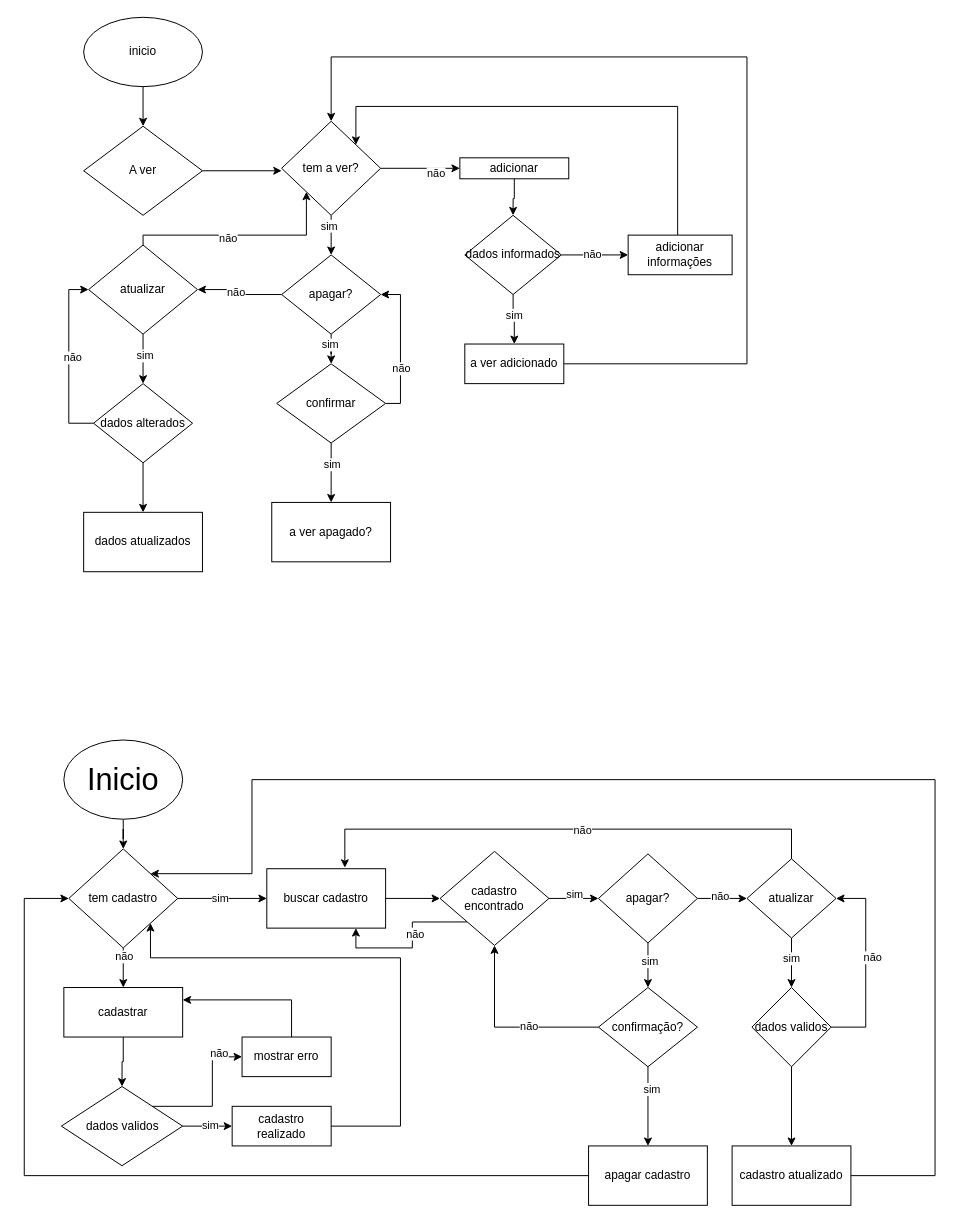
Before: Doc/fluxograma.daawio.drawio in kimyenseo/Equipe5, a draw.io diagram. Source tidied: cells renumbered, new cells numbered last; positions are measured from the earlier drawing's top-left corner, leaving out a move shared by most shapes. Both pictures are drawn from the tidied source at 99%, with x=0, y=0 at pixel (24, 17).
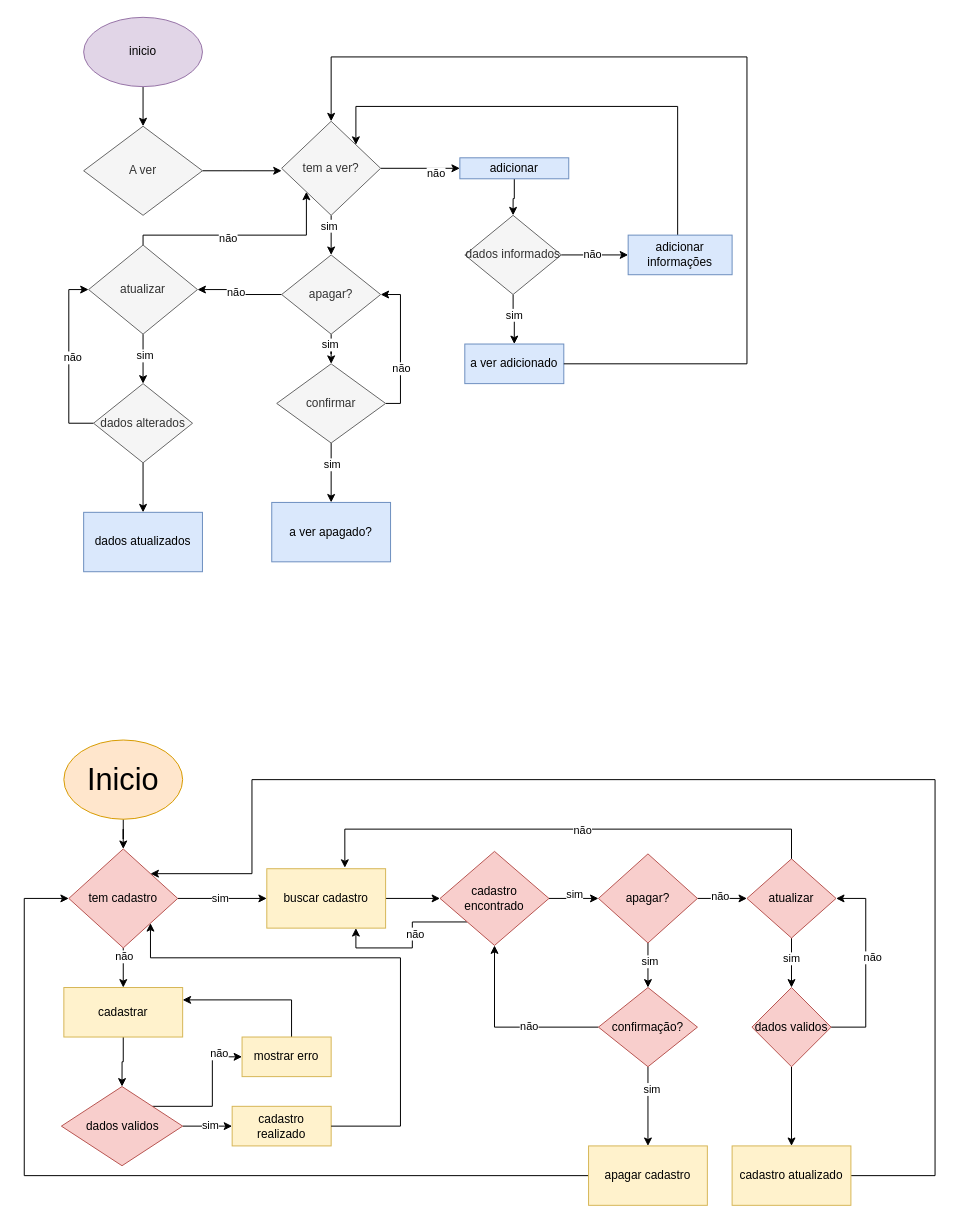
After the change.

Change to the diagram source:
```diff
@@
-    <mxCell id="3" value="inicio" style="ellipse;whiteSpace=wrap;html=1;" parent="1" vertex="1">
+    <mxCell id="3" value="inicio" style="ellipse;whiteSpace=wrap;html=1;fillColor=#e1d5e7;strokeColor=#9673a6;" parent="1" vertex="1">
       <mxGeometry x="60" width="120" height="70" as="geometry" />
     </mxCell>
@@
-    <mxCell id="5" value="A ver" style="rhombus;whiteSpace=wrap;html=1;" parent="1" vertex="1">
+    <mxCell id="5" value="A ver" style="rhombus;whiteSpace=wrap;html=1;fillColor=#f5f5f5;fontColor=#333333;strokeColor=#666666;" parent="1" vertex="1">
       <mxGeometry x="60" y="110" width="120" height="90" as="geometry" />
     </mxCell>
@@
-    <mxCell id="10" value="tem a ver?" style="rhombus;whiteSpace=wrap;html=1;" parent="1" vertex="1">
+    <mxCell id="10" value="tem a ver?" style="rhombus;whiteSpace=wrap;html=1;fillColor=#f5f5f5;fontColor=#333333;strokeColor=#666666;" parent="1" vertex="1">
       <mxGeometry x="260" y="105" width="100" height="95" as="geometry" />
     </mxCell>
@@
-    <mxCell id="12" value="adicionar" style="rounded=0;whiteSpace=wrap;html=1;" parent="1" vertex="1">
+    <mxCell id="12" value="adicionar" style="rounded=0;whiteSpace=wrap;html=1;fillColor=#dae8fc;strokeColor=#6c8ebf;" parent="1" vertex="1">
       <mxGeometry x="440" y="141.9" width="110" height="21.2" as="geometry" />
     </mxCell>
@@
-    <mxCell id="17" value="atualizar" style="rhombus;whiteSpace=wrap;html=1;" parent="1" vertex="1">
+    <mxCell id="17" value="atualizar" style="rhombus;whiteSpace=wrap;html=1;fillColor=#f5f5f5;fontColor=#333333;strokeColor=#666666;" parent="1" vertex="1">
       <mxGeometry x="65" y="230" width="110" height="90" as="geometry" />
     </mxCell>
-    <mxCell id="18" value="dados atualizados" style="rounded=0;whiteSpace=wrap;html=1;" parent="1" vertex="1">
+    <mxCell id="18" value="dados atualizados" style="rounded=0;whiteSpace=wrap;html=1;fillColor=#dae8fc;strokeColor=#6c8ebf;" parent="1" vertex="1">
       <mxGeometry x="60" y="500" width="120" height="60" as="geometry" />
     </mxCell>
@@
-    <mxCell id="23" value="apagar?" style="rhombus;whiteSpace=wrap;html=1;" parent="1" vertex="1">
+    <mxCell id="23" value="apagar?" style="rhombus;whiteSpace=wrap;html=1;fillColor=#f5f5f5;fontColor=#333333;strokeColor=#666666;" parent="1" vertex="1">
       <mxGeometry x="260" y="240" width="100" height="80" as="geometry" />
     </mxCell>
@@
-    <mxCell id="28" value="confirmar" style="rhombus;whiteSpace=wrap;html=1;" parent="1" vertex="1">
+    <mxCell id="28" value="confirmar" style="rhombus;whiteSpace=wrap;html=1;fillColor=#f5f5f5;fontColor=#333333;strokeColor=#666666;" parent="1" vertex="1">
       <mxGeometry x="255" y="350" width="110" height="80" as="geometry" />
     </mxCell>
@@
-    <mxCell id="32" value="dados alterados" style="rhombus;whiteSpace=wrap;html=1;" parent="1" vertex="1">
+    <mxCell id="32" value="dados alterados" style="rhombus;whiteSpace=wrap;html=1;fillColor=#f5f5f5;fontColor=#333333;strokeColor=#666666;" parent="1" vertex="1">
       <mxGeometry x="70" y="370" width="100" height="80" as="geometry" />
     </mxCell>
-    <mxCell id="33" value="a ver apagado?" style="rounded=0;whiteSpace=wrap;html=1;" parent="1" vertex="1">
+    <mxCell id="33" value="a ver apagado?" style="rounded=0;whiteSpace=wrap;html=1;fillColor=#dae8fc;strokeColor=#6c8ebf;" parent="1" vertex="1">
       <mxGeometry x="250" y="490" width="120" height="60" as="geometry" />
     </mxCell>
@@
-    <mxCell id="38" value="dados informados" style="rhombus;whiteSpace=wrap;html=1;" parent="1" vertex="1">
+    <mxCell id="38" value="dados informados" style="rhombus;whiteSpace=wrap;html=1;fillColor=#f5f5f5;fontColor=#333333;strokeColor=#666666;" parent="1" vertex="1">
       <mxGeometry x="445" y="200" width="97.5" height="80" as="geometry" />
     </mxCell>
-    <mxCell id="39" value="a ver adicionado" style="rounded=0;whiteSpace=wrap;html=1;" parent="1" vertex="1">
+    <mxCell id="39" value="a ver adicionado" style="rounded=0;whiteSpace=wrap;html=1;fillColor=#dae8fc;strokeColor=#6c8ebf;" parent="1" vertex="1">
       <mxGeometry x="445" y="330" width="100" height="40" as="geometry" />
     </mxCell>
@@
-    <mxCell id="41" value="adicionar&lt;div&gt;informações&lt;/div&gt;" style="rounded=0;whiteSpace=wrap;html=1;" parent="1" vertex="1">
+    <mxCell id="41" value="adicionar&lt;div&gt;informações&lt;/div&gt;" style="rounded=0;whiteSpace=wrap;html=1;fillColor=#dae8fc;strokeColor=#6c8ebf;" parent="1" vertex="1">
       <mxGeometry x="610" y="220" width="105" height="40" as="geometry" />
     </mxCell>
@@
-    <mxCell id="44" value="&lt;font style=&quot;font-size: 31px;&quot;&gt;Inicio&lt;/font&gt;" style="ellipse;whiteSpace=wrap;html=1;strokeWidth=1;" parent="1" vertex="1">
+    <mxCell id="44" value="&lt;font style=&quot;font-size: 31px;&quot;&gt;Inicio&lt;/font&gt;" style="ellipse;whiteSpace=wrap;html=1;strokeWidth=1;fillColor=#ffe6cc;strokeColor=#d79b00;" parent="1" vertex="1">
       <mxGeometry x="40" y="730" width="120" height="80" as="geometry" />
     </mxCell>
@@
-    <mxCell id="49" value="tem cadastro" style="rhombus;whiteSpace=wrap;html=1;" parent="1" vertex="1">
+    <mxCell id="49" value="tem cadastro" style="rhombus;whiteSpace=wrap;html=1;fillColor=#f8cecc;strokeColor=#b85450;" parent="1" vertex="1">
       <mxGeometry x="45" y="840" width="110" height="100" as="geometry" />
     </mxCell>
@@
-    <mxCell id="51" value="buscar cadastro" style="rounded=0;whiteSpace=wrap;html=1;" parent="1" vertex="1">
+    <mxCell id="51" value="buscar cadastro" style="rounded=0;whiteSpace=wrap;html=1;fillColor=#fff2cc;strokeColor=#d6b656;" parent="1" vertex="1">
       <mxGeometry x="245" y="860" width="120" height="60" as="geometry" />
     </mxCell>
@@
-    <mxCell id="56" value="cadastro&lt;div&gt;encontrado&lt;/div&gt;" style="rhombus;whiteSpace=wrap;html=1;" parent="1" vertex="1">
+    <mxCell id="56" value="cadastro&lt;div&gt;encontrado&lt;/div&gt;" style="rhombus;whiteSpace=wrap;html=1;fillColor=#f8cecc;strokeColor=#b85450;" parent="1" vertex="1">
       <mxGeometry x="420" y="842.5" width="110" height="95" as="geometry" />
     </mxCell>
@@
-    <mxCell id="61" value="apagar?" style="rhombus;whiteSpace=wrap;html=1;" parent="1" vertex="1">
+    <mxCell id="61" value="apagar?" style="rhombus;whiteSpace=wrap;html=1;fillColor=#f8cecc;strokeColor=#b85450;" parent="1" vertex="1">
       <mxGeometry x="580" y="845" width="100" height="90" as="geometry" />
     </mxCell>
@@
-    <mxCell id="66" value="confirmação?" style="rhombus;whiteSpace=wrap;html=1;" parent="1" vertex="1">
+    <mxCell id="66" value="confirmação?" style="rhombus;whiteSpace=wrap;html=1;fillColor=#f8cecc;strokeColor=#b85450;" parent="1" vertex="1">
       <mxGeometry x="580" y="980" width="100" height="80" as="geometry" />
     </mxCell>
@@
-    <mxCell id="68" value="apagar cadastro" style="rounded=0;whiteSpace=wrap;html=1;" parent="1" vertex="1">
+    <mxCell id="68" value="apagar cadastro" style="rounded=0;whiteSpace=wrap;html=1;fillColor=#fff2cc;strokeColor=#d6b656;" parent="1" vertex="1">
       <mxGeometry x="570" y="1140" width="120" height="60" as="geometry" />
     </mxCell>
@@
-    <mxCell id="71" value="atualizar" style="rhombus;whiteSpace=wrap;html=1;" parent="1" vertex="1">
+    <mxCell id="71" value="atualizar" style="rhombus;whiteSpace=wrap;html=1;fillColor=#f8cecc;strokeColor=#b85450;" parent="1" vertex="1">
       <mxGeometry x="730" y="850" width="90" height="80" as="geometry" />
     </mxCell>
@@
-    <mxCell id="75" value="dados validos" style="rhombus;whiteSpace=wrap;html=1;" parent="1" vertex="1">
+    <mxCell id="75" value="dados validos" style="rhombus;whiteSpace=wrap;html=1;fillColor=#f8cecc;strokeColor=#b85450;" parent="1" vertex="1">
       <mxGeometry x="735" y="980" width="80" height="80" as="geometry" />
     </mxCell>
@@
-    <mxCell id="77" value="cadastro atualizado" style="rounded=0;whiteSpace=wrap;html=1;" parent="1" vertex="1">
+    <mxCell id="77" value="cadastro atualizado" style="rounded=0;whiteSpace=wrap;html=1;fillColor=#fff2cc;strokeColor=#d6b656;" parent="1" vertex="1">
       <mxGeometry x="715" y="1140" width="120" height="60" as="geometry" />
     </mxCell>
@@
-    <mxCell id="79" value="cadastrar" style="rounded=0;whiteSpace=wrap;html=1;" parent="1" vertex="1">
+    <mxCell id="79" value="cadastrar" style="rounded=0;whiteSpace=wrap;html=1;fillColor=#fff2cc;strokeColor=#d6b656;" parent="1" vertex="1">
       <mxGeometry x="40" y="980" width="120" height="50" as="geometry" />
     </mxCell>
@@
-    <mxCell id="84" value="dados validos" style="rhombus;whiteSpace=wrap;html=1;" parent="1" vertex="1">
+    <mxCell id="84" value="dados validos" style="rhombus;whiteSpace=wrap;html=1;fillColor=#f8cecc;strokeColor=#b85450;" parent="1" vertex="1">
       <mxGeometry x="37.5" y="1080" width="122.5" height="80" as="geometry" />
     </mxCell>
-    <mxCell id="85" value="cadastro realizado" style="rounded=0;whiteSpace=wrap;html=1;" parent="1" vertex="1">
+    <mxCell id="85" value="cadastro realizado" style="rounded=0;whiteSpace=wrap;html=1;fillColor=#fff2cc;strokeColor=#d6b656;" parent="1" vertex="1">
       <mxGeometry x="210" y="1100" width="100" height="40" as="geometry" />
     </mxCell>
@@
-    <mxCell id="87" value="mostrar erro" style="rounded=0;whiteSpace=wrap;html=1;" parent="1" vertex="1">
+    <mxCell id="87" value="mostrar erro" style="rounded=0;whiteSpace=wrap;html=1;fillColor=#fff2cc;strokeColor=#d6b656;" parent="1" vertex="1">
       <mxGeometry x="220" y="1030" width="90" height="40" as="geometry" />
     </mxCell>
```
